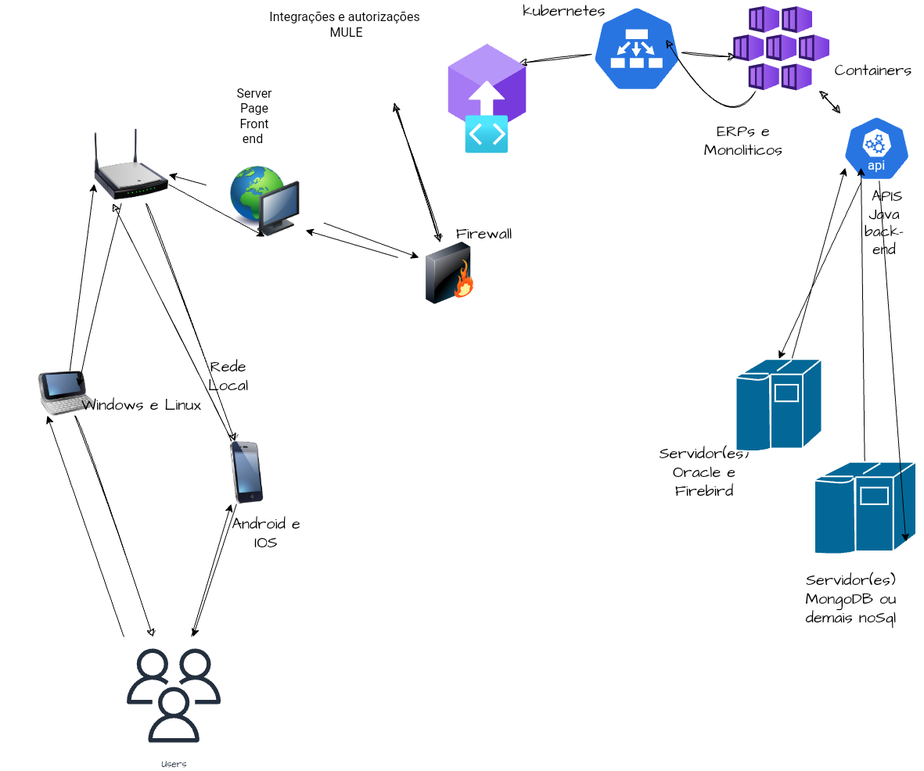
The draw.io diagram FrontEndConsumo.drawio.png in cedriccp/MAGNO, before a commit. Source tidied: cells renumbered, new cells last; positions are measured from the earlier drawing's top-left corner, leaving out a move shared by most shapes.
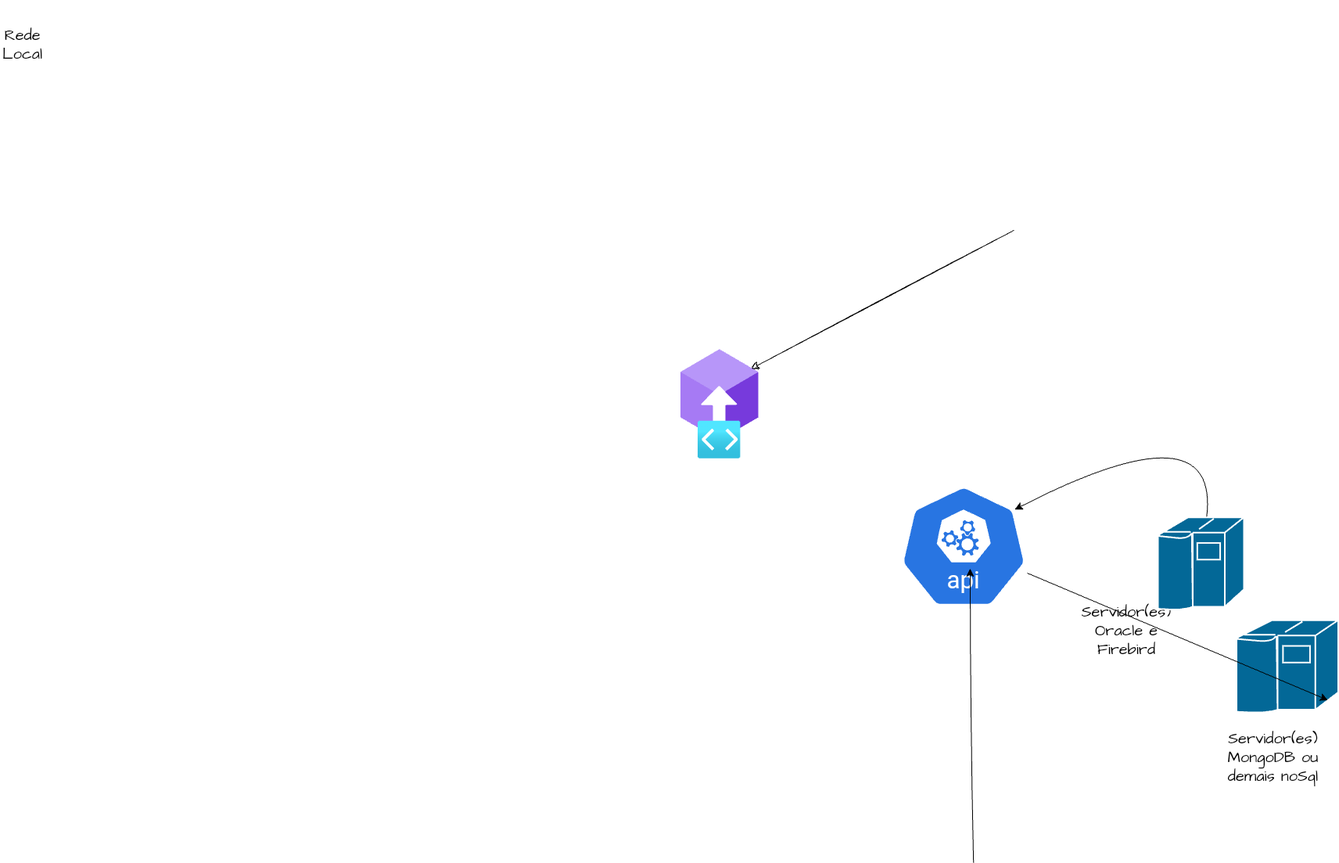
The same file after the commit.

Diff of the diagram source:
```diff
@@ -2,174 +2,58 @@
   <root>
     <mxCell id="0" />
     <mxCell id="1" value="Oracle" parent="0" />
-    <mxCell id="2" style="edgeStyle=none;curved=1;rounded=0;jettySize=auto;html=1;fontSize=12;startSize=8;endSize=8;" parent="1" edge="1" source="4" target="10">
-      <mxGeometry relative="1" as="geometry" />
-    </mxCell>
-    <mxCell id="3" style="edgeStyle=none;curved=1;rounded=0;jettySize=auto;html=1;entryX=0;entryY=0.25;entryDx=0;entryDy=0;fontSize=12;startSize=8;endSize=8;" parent="1" edge="1" source="4" target="19">
-      <mxGeometry relative="1" as="geometry" />
-    </mxCell>
-    <mxCell id="4" style="image;html=1;image=img/lib/clip_art/computers/Network_128x128.png;sketch=1;hachureGap=4;jiggle=2;curveFitting=1;fontFamily=Architects Daughter;fontSource=https%3A%2F%2Ffonts.googleapis.com%2Fcss%3Ffamily%3DArchitects%2BDaughter;fontSize=20;" parent="1" vertex="1">
-      <mxGeometry x="263.2" y="213.1" width="150" height="90" as="geometry" />
-    </mxCell>
-    <mxCell id="5" value="Integrações e autorizações&lt;br&gt;&amp;nbsp;MULE" style="text;html=1;align=center;verticalAlign=middle;strokeColor=none;fillColor=none;fontSize=16;" parent="1" vertex="1">
-      <mxGeometry x="330" y="6.8" width="220" height="50" as="geometry" />
-    </mxCell>
-    <mxCell id="6" style="edgeStyle=none;curved=1;rounded=0;sketch=1;hachureGap=4;jiggle=2;curveFitting=1;jettySize=auto;html=1;fontFamily=Architects Daughter;fontSource=https%3A%2F%2Ffonts.googleapis.com%2Fcss%3Ffamily%3DArchitects%2BDaughter;fontSize=16;startSize=8;endSize=8;entryX=0.903;entryY=0.177;entryDx=0;entryDy=0;entryPerimeter=0;" parent="1" edge="1" source="7" target="44">
-      <mxGeometry relative="1" as="geometry" />
+    <mxCell id="6" style="edgeStyle=none;curved=1;rounded=0;sketch=1;hachureGap=4;jiggle=2;curveFitting=1;jettySize=auto;html=1;fontFamily=Architects Daughter;fontSource=https%3A%2F%2Ffonts.googleapis.com%2Fcss%3Ffamily%3DArchitects%2BDaughter;fontSize=16;startSize=8;endSize=8;entryX=0.903;entryY=0.177;entryDx=0;entryDy=0;entryPerimeter=0;" parent="1" edge="1" target="44">
+      <mxGeometry relative="1" as="geometry">
+        <mxPoint x="756.1" y="92.8" as="sourcePoint" />
+      </mxGeometry>
     </mxCell>
-    <mxCell id="7" style="sketch=0;html=1;dashed=0;whitespace=wrap;fillColor=#2875E2;strokeColor=#ffffff;points=[[0.005,0.63,0],[0.1,0.2,0],[0.9,0.2,0],[0.5,0,0],[0.995,0.63,0],[0.72,0.99,0],[0.5,1,0],[0.28,0.99,0]];shape=mxgraph.kubernetes.icon2;prIcon=ep;hachureGap=4;jiggle=2;curveFitting=1;fontFamily=Architects Daughter;fontSource=https%3A%2F%2Ffonts.googleapis.com%2Fcss%3Ffamily%3DArchitects%2BDaughter;fontSize=20;" parent="1" vertex="1">
-      <mxGeometry x="756.1" y="7.6" width="114.6" height="110" as="geometry" />
-    </mxCell>
-    <mxCell id="8" style="edgeStyle=none;curved=1;rounded=0;sketch=1;hachureGap=4;jiggle=2;curveFitting=1;jettySize=auto;html=1;fontFamily=Architects Daughter;fontSource=https%3A%2F%2Ffonts.googleapis.com%2Fcss%3Ffamily%3DArchitects%2BDaughter;fontSize=16;startSize=8;endSize=8;" parent="1" edge="1" source="10" target="13">
-      <mxGeometry relative="1" as="geometry" />
-    </mxCell>
-    <mxCell id="9" style="edgeStyle=none;curved=1;rounded=0;jettySize=auto;html=1;entryX=0.5;entryY=1;entryDx=0;entryDy=0;fontSize=12;startSize=8;endSize=8;" parent="1" edge="1" source="10" target="4">
-      <mxGeometry relative="1" as="geometry" />
-    </mxCell>
-    <mxCell id="10" style="image;html=1;image=img/lib/clip_art/networking/Wireless_Router_N_128x128.png;sketch=1;hachureGap=4;jiggle=2;curveFitting=1;fontFamily=Architects Daughter;fontSource=https%3A%2F%2Ffonts.googleapis.com%2Fcss%3Ffamily%3DArchitects%2BDaughter;fontSize=20;" parent="1" vertex="1">
-      <mxGeometry x="120" y="160.6" width="95" height="100" as="geometry" />
-    </mxCell>
-    <mxCell id="11" style="edgeStyle=none;curved=1;rounded=0;sketch=1;hachureGap=4;jiggle=2;curveFitting=1;jettySize=auto;html=1;fontFamily=Architects Daughter;fontSource=https%3A%2F%2Ffonts.googleapis.com%2Fcss%3Ffamily%3DArchitects%2BDaughter;fontSize=16;startSize=8;endSize=8;entryX=0.25;entryY=1;entryDx=0;entryDy=0;" parent="1" edge="1" source="13" target="10">
-      <mxGeometry relative="1" as="geometry" />
-    </mxCell>
-    <mxCell id="12" style="edgeStyle=none;curved=1;rounded=0;jettySize=auto;html=1;fontSize=12;startSize=8;endSize=8;" parent="1" edge="1" source="13" target="26">
-      <mxGeometry relative="1" as="geometry" />
-    </mxCell>
-    <mxCell id="13" style="image;html=1;image=img/lib/clip_art/telecommunication/iPhone_128x128.png;sketch=1;hachureGap=4;jiggle=2;curveFitting=1;fontFamily=Architects Daughter;fontSource=https%3A%2F%2Ffonts.googleapis.com%2Fcss%3Ffamily%3DArchitects%2BDaughter;fontSize=20;" parent="1" vertex="1">
-      <mxGeometry x="275" y="565" width="80" height="80" as="geometry" />
-    </mxCell>
-    <mxCell id="14" style="edgeStyle=none;curved=1;rounded=0;sketch=1;hachureGap=4;jiggle=2;curveFitting=1;orthogonalLoop=1;jettySize=auto;html=1;fontFamily=Architects Daughter;fontSource=https%3A%2F%2Ffonts.googleapis.com%2Fcss%3Ffamily%3DArchitects%2BDaughter;fontSize=16;startSize=8;endSize=8;entryX=1;entryY=0.25;entryDx=0;entryDy=0;" parent="1" edge="1" source="4" target="4">
-      <mxGeometry relative="1" as="geometry" />
+    <mxCell id="14" style="edgeStyle=none;curved=1;rounded=0;sketch=1;hachureGap=4;jiggle=2;curveFitting=1;orthogonalLoop=1;jettySize=auto;html=1;fontFamily=Architects Daughter;fontSource=https%3A%2F%2Ffonts.googleapis.com%2Fcss%3Ffamily%3DArchitects%2BDaughter;fontSize=16;startSize=8;endSize=8;entryX=1;entryY=0.25;entryDx=0;entryDy=0;" parent="1" edge="1">
+      <mxGeometry relative="1" as="geometry">
+        <mxPoint x="413.2" y="235.6" as="sourcePoint" />
+        <mxPoint x="413.2" y="235.6" as="targetPoint" />
+      </mxGeometry>
     </mxCell>
-    <mxCell id="15" style="edgeStyle=none;curved=1;rounded=0;sketch=1;hachureGap=4;jiggle=2;curveFitting=1;jettySize=auto;html=1;fontFamily=Architects Daughter;fontSource=https%3A%2F%2Ffonts.googleapis.com%2Fcss%3Ffamily%3DArchitects%2BDaughter;fontSize=16;startSize=8;endSize=8;" parent="1" edge="1" target="19">
-      <mxGeometry relative="1" as="geometry">
-        <mxPoint x="503.5" y="132.5" as="sourcePoint" />
-      </mxGeometry>
-    </mxCell>
     <mxCell id="16" value="Servidor(es) Oracle e Firebird" style="text;strokeColor=none;fillColor=none;html=1;align=center;verticalAlign=middle;whiteSpace=wrap;rounded=0;fontSize=20;fontFamily=Architects Daughter;" parent="1" vertex="1">
       <mxGeometry x="820" y="578.4" width="160" height="52.3" as="geometry" />
     </mxCell>
     <mxCell id="17" value="Servidor(es) MongoDB ou demais noSql" style="text;strokeColor=none;fillColor=none;html=1;align=center;verticalAlign=middle;whiteSpace=wrap;rounded=0;fontSize=20;fontFamily=Architects Daughter;" parent="1" vertex="1">
       <mxGeometry x="1003.8" y="702" width="166.6" height="130" as="geometry" />
     </mxCell>
-    <mxCell id="18" style="edgeStyle=none;curved=1;rounded=0;sketch=1;hachureGap=4;jiggle=2;curveFitting=1;jettySize=auto;html=1;fontFamily=Architects Daughter;fontSource=https%3A%2F%2Ffonts.googleapis.com%2Fcss%3Ffamily%3DArchitects%2BDaughter;fontSize=16;startSize=8;endSize=8;" parent="1" edge="1" source="19">
-      <mxGeometry relative="1" as="geometry">
-        <mxPoint x="503.5" y="132.5" as="targetPoint" />
-      </mxGeometry>
-    </mxCell>
-    <mxCell id="19" style="image;html=1;image=img/lib/clip_art/networking/Firewall_128x128.png;sketch=1;hachureGap=4;jiggle=2;curveFitting=1;fontFamily=Architects Daughter;fontSource=https%3A%2F%2Ffonts.googleapis.com%2Fcss%3Ffamily%3DArchitects%2BDaughter;fontSize=20;" parent="1" vertex="1">
-      <mxGeometry x="535" y="310" width="80" height="80" as="geometry" />
-    </mxCell>
-    <mxCell id="20" value="Firewall&amp;nbsp;" style="text;strokeColor=none;fillColor=none;html=1;align=center;verticalAlign=middle;whiteSpace=wrap;rounded=0;fontSize=20;fontFamily=Architects Daughter;" parent="1" vertex="1">
-      <mxGeometry x="580" y="285" width="85" height="30" as="geometry" />
-    </mxCell>
-    <mxCell id="21" style="edgeStyle=none;curved=1;rounded=0;sketch=1;hachureGap=4;jiggle=2;curveFitting=1;jettySize=auto;html=1;fontFamily=Architects Daughter;fontSource=https%3A%2F%2Ffonts.googleapis.com%2Fcss%3Ffamily%3DArchitects%2BDaughter;fontSize=16;startSize=8;endSize=8;" parent="1" edge="1" source="23" target="26">
-      <mxGeometry relative="1" as="geometry" />
-    </mxCell>
-    <mxCell id="22" style="edgeStyle=none;curved=1;rounded=0;jettySize=auto;html=1;entryX=0;entryY=0.75;entryDx=0;entryDy=0;fontSize=12;startSize=8;endSize=8;" parent="1" edge="1" source="23" target="10">
-      <mxGeometry relative="1" as="geometry" />
-    </mxCell>
-    <mxCell id="23" style="image;html=1;image=img/lib/clip_art/telecommunication/HTC_smartphone_128x128.png;sketch=1;hachureGap=4;jiggle=2;curveFitting=1;fontFamily=Architects Daughter;fontSource=https%3A%2F%2Ffonts.googleapis.com%2Fcss%3Ffamily%3DArchitects%2BDaughter;fontSize=20;" parent="1" vertex="1">
-      <mxGeometry y="475" width="170" height="57.3" as="geometry" />
-    </mxCell>
-    <mxCell id="24" style="edgeStyle=none;curved=1;rounded=0;jettySize=auto;html=1;fontSize=12;startSize=8;endSize=8;entryX=0.25;entryY=1;entryDx=0;entryDy=0;" parent="1" edge="1" source="26" target="13">
-      <mxGeometry relative="1" as="geometry" />
-    </mxCell>
-    <mxCell id="25" style="edgeStyle=none;curved=1;rounded=0;jettySize=auto;html=1;fontSize=12;startSize=8;endSize=8;entryX=0.353;entryY=0.995;entryDx=0;entryDy=0;entryPerimeter=0;" parent="1" edge="1" target="23">
-      <mxGeometry relative="1" as="geometry">
-        <mxPoint x="161.3" y="825" as="sourcePoint" />
-      </mxGeometry>
-    </mxCell>
-    <mxCell id="26" value="Users" style="sketch=0;outlineConnect=0;fontColor=#232F3E;gradientColor=none;strokeColor=#232F3E;fillColor=#ffffff;dashed=0;verticalLabelPosition=bottom;verticalAlign=top;align=center;html=1;fontSize=12;fontStyle=0;shape=mxgraph.aws4.resourceIcon;resIcon=mxgraph.aws4.users;hachureGap=4;jiggle=2;curveFitting=1;fontFamily=Architects Daughter;fontSource=https%3A%2F%2Ffonts.googleapis.com%2Fcss%3Ffamily%3DArchitects%2BDaughter;" parent="1" vertex="1">
-      <mxGeometry x="146.6" y="815" width="150" height="150" as="geometry" />
-    </mxCell>
     <mxCell id="27" style="sketch=0;html=1;dashed=0;whitespace=wrap;fillColor=#2875E2;strokeColor=#ffffff;points=[[0.005,0.63,0],[0.1,0.2,0],[0.9,0.2,0],[0.5,0,0],[0.995,0.63,0],[0.72,0.99,0],[0.5,1,0],[0.28,0.99,0]];shape=mxgraph.kubernetes.icon2;kubernetesLabel=1;prIcon=api;hachureGap=4;jiggle=2;curveFitting=1;fontFamily=Architects Daughter;fontSource=https%3A%2F%2Ffonts.googleapis.com%2Fcss%3Ffamily%3DArchitects%2BDaughter;fontSize=19;verticalAlign=bottom;" parent="1" vertex="1">
-      <mxGeometry x="1076.8" y="148.5" width="86.7" height="83.2" as="geometry" />
+      <mxGeometry x="610" y="418.4" width="163.2" height="156.6" as="geometry" />
     </mxCell>
-    <mxCell id="28" style="edgeStyle=none;curved=1;rounded=0;sketch=1;hachureGap=4;jiggle=2;curveFitting=1;jettySize=auto;html=1;fontFamily=Architects Daughter;fontSource=https%3A%2F%2Ffonts.googleapis.com%2Fcss%3Ffamily%3DArchitects%2BDaughter;fontSize=16;startSize=8;endSize=8;" parent="1" edge="1" source="29">
-      <mxGeometry relative="1" as="geometry">
-        <mxPoint x="1073.5" y="145" as="targetPoint" />
-      </mxGeometry>
-    </mxCell>
-    <mxCell id="29" style="image;html=1;points=[];align=center;fontSize=12;image=img/lib/azure2/containers/Kubernetes_Services.svg;sketch=1;hachureGap=4;jiggle=2;curveFitting=1;fontFamily=Architects Daughter;fontSource=https%3A%2F%2Ffonts.googleapis.com%2Fcss%3Ffamily%3DArchitects%2BDaughter;" parent="1" vertex="1">
-      <mxGeometry x="937.3" y="8.5" width="122.7" height="108.2" as="geometry" />
-    </mxCell>
-    <mxCell id="30" style="edgeStyle=none;curved=1;rounded=0;sketch=1;hachureGap=4;jiggle=2;curveFitting=1;jettySize=auto;html=1;fontFamily=Architects Daughter;fontSource=https%3A%2F%2Ffonts.googleapis.com%2Fcss%3Ffamily%3DArchitects%2BDaughter;fontSize=16;startSize=8;endSize=8;" parent="1" edge="1" target="29">
-      <mxGeometry relative="1" as="geometry">
-        <mxPoint x="1073.5" y="145" as="sourcePoint" />
-      </mxGeometry>
-    </mxCell>
-    <mxCell id="31" value="Containers&amp;nbsp;" style="text;strokeColor=none;fillColor=none;html=1;align=center;verticalAlign=middle;whiteSpace=wrap;rounded=0;fontSize=20;fontFamily=Architects Daughter;" parent="1" vertex="1">
-      <mxGeometry x="1060.2" y="70.2" width="120" height="41.2" as="geometry" />
-    </mxCell>
-    <mxCell id="32" value="kubernetes" style="text;strokeColor=none;fillColor=none;html=1;align=center;verticalAlign=middle;whiteSpace=wrap;rounded=0;fontSize=20;fontFamily=Architects Daughter;" parent="1" vertex="1">
-      <mxGeometry x="656.4" y="0.2" width="130" height="30" as="geometry" />
-    </mxCell>
-    <mxCell id="33" style="edgeStyle=none;curved=1;rounded=0;sketch=1;hachureGap=4;jiggle=2;curveFitting=1;jettySize=auto;html=1;entryX=0.022;entryY=0.603;entryDx=0;entryDy=0;entryPerimeter=0;fontFamily=Architects Daughter;fontSource=https%3A%2F%2Ffonts.googleapis.com%2Fcss%3Ffamily%3DArchitects%2BDaughter;fontSize=16;startSize=8;endSize=8;" parent="1" edge="1" source="7" target="29">
-      <mxGeometry relative="1" as="geometry" />
-    </mxCell>
-    <mxCell id="34" style="edgeStyle=none;curved=1;rounded=0;sketch=1;hachureGap=4;jiggle=2;curveFitting=1;jettySize=auto;html=1;entryX=0.825;entryY=0.399;entryDx=0;entryDy=0;entryPerimeter=0;fontFamily=Architects Daughter;fontSource=https%3A%2F%2Ffonts.googleapis.com%2Fcss%3Ffamily%3DArchitects%2BDaughter;fontSize=16;startSize=8;endSize=8;" parent="1" edge="1" source="29" target="7">
-      <mxGeometry relative="1" as="geometry">
-        <Array as="points">
-          <mxPoint x="930" y="175" />
-        </Array>
-      </mxGeometry>
-    </mxCell>
-    <mxCell id="35" value="&lt;font style=&quot;vertical-align: inherit; font-size: 19px;&quot;&gt;&lt;font style=&quot;vertical-align: inherit; font-size: 19px;&quot;&gt;&amp;nbsp;APIS Java back-end&lt;/font&gt;&lt;/font&gt;" style="text;strokeColor=none;fillColor=none;html=1;align=center;verticalAlign=bottom;whiteSpace=wrap;rounded=0;fontSize=19;fontFamily=Architects Daughter;" parent="1" vertex="1">
-      <mxGeometry x="1090" y="235" width="80.4" height="100" as="geometry" />
-    </mxCell>
-    <mxCell id="36" style="edgeStyle=none;curved=1;rounded=0;jettySize=auto;html=1;fontSize=12;startSize=8;endSize=8;" parent="1" edge="1" source="37">
+    <mxCell id="36" style="edgeStyle=none;curved=1;rounded=0;orthogonalLoop=1;jettySize=auto;html=1;fontSize=12;startSize=8;endSize=8;" parent="1" edge="1">
       <mxGeometry relative="1" as="geometry">
-        <mxPoint x="1100" y="215" as="targetPoint" />
+        <mxPoint x="704.2" y="901.2" as="sourcePoint" />
+        <mxPoint x="700" y="525" as="targetPoint" />
+        <Array as="points">
+          <mxPoint x="700" y="705" />
+        </Array>
       </mxGeometry>
     </mxCell>
     <mxCell id="37" style="shape=mxgraph.cisco.computers_and_peripherals.ibm_mainframe;sketch=0;html=1;dashed=0;fillColor=#036897;strokeColor=#ffffff;strokeWidth=2;verticalLabelPosition=bottom;verticalAlign=top;align=center;outlineConnect=0;hachureGap=4;jiggle=2;curveFitting=1;fontFamily=Architects Daughter;fontSource=https%3A%2F%2Ffonts.googleapis.com%2Fcss%3Ffamily%3DArchitects%2BDaughter;fontSize=20;" parent="1" vertex="1">
       <mxGeometry x="1040.4" y="591.2" width="130" height="118.8" as="geometry" />
     </mxCell>
-    <mxCell id="38" style="edgeStyle=none;curved=1;rounded=0;jettySize=auto;html=1;fontSize=12;startSize=8;endSize=8;" parent="1" edge="1" source="39">
+    <mxCell id="38" style="edgeStyle=none;curved=1;rounded=0;jettySize=auto;html=1;fontSize=12;startSize=8;endSize=8;entryX=0.9;entryY=0.2;entryDx=0;entryDy=0;entryPerimeter=0;" parent="1" edge="1" source="39" target="27">
       <mxGeometry relative="1" as="geometry">
-        <mxPoint x="1080" y="215" as="targetPoint" />
+        <Array as="points">
+          <mxPoint x="1020" y="315" />
+        </Array>
       </mxGeometry>
     </mxCell>
     <mxCell id="39" style="shape=mxgraph.cisco.computers_and_peripherals.ibm_mainframe;sketch=0;html=1;dashed=0;fillColor=#036897;strokeColor=#ffffff;strokeWidth=2;verticalLabelPosition=bottom;verticalAlign=top;align=center;outlineConnect=0;hachureGap=4;jiggle=2;curveFitting=1;fontFamily=Architects Daughter;fontSource=https%3A%2F%2Ffonts.googleapis.com%2Fcss%3Ffamily%3DArchitects%2BDaughter;fontSize=20;" parent="1" vertex="1">
       <mxGeometry x="940" y="459.7" width="110" height="118.8" as="geometry" />
     </mxCell>
-    <mxCell id="40" value="ERPs e Monoliticos" style="text;strokeColor=none;fillColor=none;html=1;align=center;verticalAlign=middle;whiteSpace=wrap;rounded=0;fontSize=20;fontFamily=Architects Daughter;" parent="1" vertex="1">
-      <mxGeometry x="880" y="160.6" width="140" height="40" as="geometry" />
-    </mxCell>
     <mxCell id="41" value="Rede Local" style="text;strokeColor=none;fillColor=none;html=1;align=center;verticalAlign=middle;whiteSpace=wrap;rounded=0;fontSize=20;fontFamily=Architects Daughter;" parent="1" vertex="1">
-      <mxGeometry x="263.2" y="425" width="56.8" height="113.2" as="geometry" />
+      <mxGeometry x="-540.2" y="-201" width="56.8" height="113.2" as="geometry" />
     </mxCell>
-    <mxCell id="42" value="Windows e Linux" style="text;strokeColor=none;fillColor=none;html=1;align=center;verticalAlign=middle;whiteSpace=wrap;rounded=0;fontSize=20;fontFamily=Architects Daughter;" parent="1" vertex="1">
-      <mxGeometry x="98.2" y="499.8" width="165" height="38.4" as="geometry" />
-    </mxCell>
-    <mxCell id="43" value="Android e IOS" style="text;strokeColor=none;fillColor=none;html=1;align=center;verticalAlign=middle;whiteSpace=wrap;rounded=0;fontSize=20;fontFamily=Architects Daughter;" parent="1" vertex="1">
-      <mxGeometry x="290" y="655" width="100" height="55" as="geometry" />
-    </mxCell>
     <mxCell id="44" style="image;html=1;points=[];align=center;fontSize=12;image=img/lib/azure2/blockchain/Blockchain_Applications.svg;sketch=1;hachureGap=4;jiggle=2;curveFitting=1;fontFamily=Architects Daughter;fontSource=https://fonts.googleapis.com/css?family=Architects+Daughter;" parent="1" vertex="1">
-      <mxGeometry x="572.7" y="56.8" width="99.7" height="140" as="geometry" />
+      <mxGeometry x="330" y="245" width="99.7" height="140" as="geometry" />
     </mxCell>
-    <mxCell id="45" value="Server Page Front end&amp;nbsp;" style="text;strokeColor=none;fillColor=none;html=1;align=center;verticalAlign=middle;whiteSpace=wrap;rounded=0;fontSize=16;" parent="1" vertex="1">
-      <mxGeometry x="290" y="110.8" width="70" height="75.9" as="geometry" />
-    </mxCell>
-    <mxCell id="46" style="edgeStyle=none;curved=1;rounded=0;orthogonalLoop=1;jettySize=auto;html=1;fontSize=12;startSize=8;endSize=8;" parent="1" edge="1">
-      <mxGeometry relative="1" as="geometry">
-        <mxPoint x="508.2" y="329.8" as="sourcePoint" />
-        <mxPoint x="390" y="295" as="targetPoint" />
-      </mxGeometry>
-    </mxCell>
-    <mxCell id="47" style="edgeStyle=none;curved=1;rounded=0;jettySize=auto;html=1;entryX=0.588;entryY=0.349;entryDx=0;entryDy=0;entryPerimeter=0;fontSize=12;startSize=8;endSize=8;" parent="1" edge="1" source="10" target="23">
-      <mxGeometry relative="1" as="geometry">
-        <Array as="points">
-          <mxPoint x="120" y="395" />
-        </Array>
-      </mxGeometry>
-    </mxCell>
-    <mxCell id="48" style="edgeStyle=none;curved=1;rounded=0;jettySize=auto;html=1;entryX=0.9;entryY=0.86;entryDx=0;entryDy=0;entryPerimeter=0;fontSize=12;startSize=8;endSize=8;" parent="1" edge="1" source="27" target="37">
-      <mxGeometry relative="1" as="geometry" />
+    <mxCell id="48" style="edgeStyle=none;curved=1;rounded=0;jettySize=auto;html=1;entryX=0.9;entryY=0.86;entryDx=0;entryDy=0;entryPerimeter=0;fontSize=12;startSize=8;endSize=8;" parent="1" edge="1" target="37">
+      <mxGeometry relative="1" as="geometry">
+        <mxPoint x="773" y="531" as="sourcePoint" />
+      </mxGeometry>
     </mxCell>
-    <mxCell id="49" style="edgeStyle=none;curved=1;rounded=0;jettySize=auto;html=1;entryX=0.5;entryY=0;entryDx=0;entryDy=0;entryPerimeter=0;fontSize=12;startSize=8;endSize=8;" parent="1" edge="1" source="27" target="39">
-      <mxGeometry relative="1" as="geometry" />
-    </mxCell>
   </root>
 </mxGraphModel>
```
